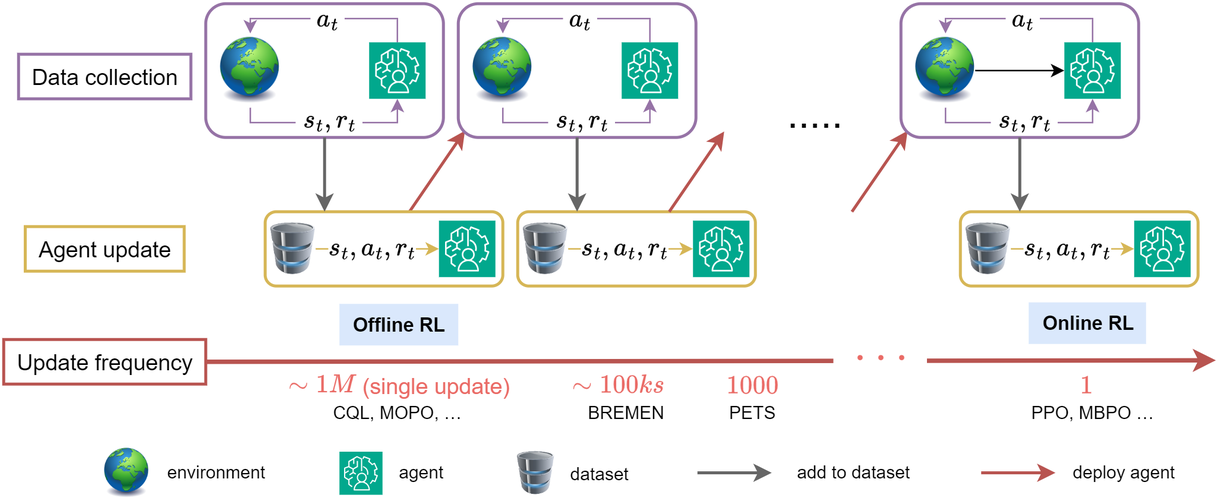
The draw.io diagram assets/img/2024-05-07-update-frequency-in-mbrl/bremen.png in iclr-blogposts/2024, before a commit. Source tidied: cells renumbered, new cells last; positions are measured from the earlier drawing's top-left corner, leaving out a move shared by most shapes.
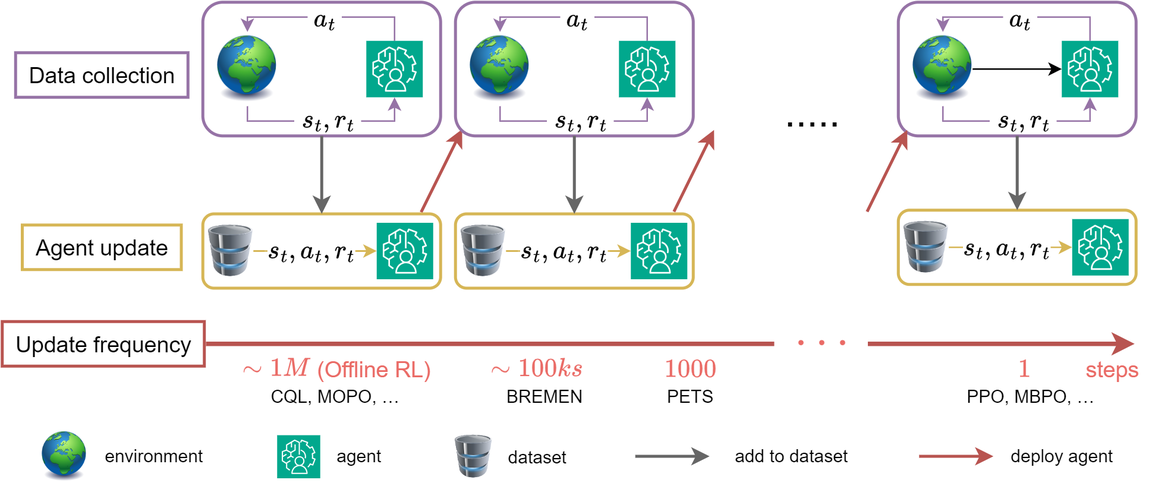
After the change.

Change to the diagram source:
```diff
@@ -36,20 +36,20 @@
         <mxPoint x="4" y="-1" as="offset" />
       </mxGeometry>
     </mxCell>
-    <mxCell id="9" style="rounded=0;jettySize=auto;html=1;entryX=0.028;entryY=0.95;entryDx=0;entryDy=0;entryPerimeter=0;strokeWidth=2;fillColor=#f8cecc;strokeColor=#b85450;" parent="1" edge="1" source="10" target="18">
+    <mxCell id="9" style="rounded=0;jettySize=auto;html=1;entryX=0.028;entryY=0.95;entryDx=0;entryDy=0;entryPerimeter=0;strokeWidth=2;fillColor=#f8cecc;strokeColor=#b85450;exitX=0.918;exitY=-0.023;exitDx=0;exitDy=0;exitPerimeter=0;" parent="1" edge="1" source="10" target="18">
       <mxGeometry relative="1" as="geometry" />
     </mxCell>
     <mxCell id="10" style="rounded=1;whiteSpace=wrap;html=1;fillColor=none;strokeColor=#d6b656;strokeWidth=2;" parent="1" vertex="1">
-      <mxGeometry x="176" y="140" width="160" height="50" as="geometry" />
+      <mxGeometry x="136" y="142.5" width="160" height="50" as="geometry" />
     </mxCell>
     <mxCell id="11" style="sketch=0;points=[[0,0,0],[0.25,0,0],[0.5,0,0],[0.75,0,0],[1,0,0],[0,1,0],[0.25,1,0],[0.5,1,0],[0.75,1,0],[1,1,0],[0,0.25,0],[0,0.5,0],[0,0.75,0],[1,0.25,0],[1,0.5,0],[1,0.75,0]];outlineConnect=0;fontColor=#232F3E;fillColor=#01A88D;strokeColor=#ffffff;dashed=0;verticalLabelPosition=bottom;verticalAlign=top;align=center;html=1;fontSize=12;fontStyle=0;shape=mxgraph.aws4.resourceIcon;resIcon=mxgraph.aws4.augmented_ai;" parent="1" vertex="1">
-      <mxGeometry x="293" y="146" width="38" height="38" as="geometry" />
+      <mxGeometry x="253" y="148.5" width="38" height="38" as="geometry" />
     </mxCell>
     <mxCell id="12" style="edgeStyle=orthogonalEdgeStyle;rounded=0;jettySize=auto;html=1;entryX=0;entryY=0.5;entryDx=0;entryDy=0;entryPerimeter=0;fillColor=#fff2cc;strokeColor=#d6b656;" parent="1" edge="1" source="14" target="11">
       <mxGeometry relative="1" as="geometry">
         <Array as="points">
-          <mxPoint x="266" y="165" />
-          <mxPoint x="266" y="165" />
+          <mxPoint x="226" y="167.5" />
+          <mxPoint x="226" y="167.5" />
         </Array>
       </mxGeometry>
     </mxCell>
@@ -59,9 +59,9 @@
       </mxGeometry>
     </mxCell>
     <mxCell id="14" style="image;html=1;image=img/lib/clip_art/computers/Database_128x128.png;" parent="1" vertex="1">
-      <mxGeometry x="180" y="142.5" width="30" height="45" as="geometry" />
+      <mxGeometry x="140" y="145" width="30" height="45" as="geometry" />
     </mxCell>
-    <mxCell id="15" style="endArrow=classic;html=1;rounded=0;entryX=0.25;entryY=0;entryDx=0;entryDy=0;exitX=0.5;exitY=1;exitDx=0;exitDy=0;strokeWidth=2;fillColor=#f5f5f5;strokeColor=#666666;" parent="1" edge="1" source="2" target="10">
+    <mxCell id="15" style="endArrow=classic;html=1;rounded=0;entryX=0.5;entryY=0;entryDx=0;entryDy=0;exitX=0.5;exitY=1;exitDx=0;exitDy=0;strokeWidth=2;fillColor=#f5f5f5;strokeColor=#666666;" parent="1" edge="1" source="2" target="10">
       <mxGeometry relative="1" as="geometry" />
     </mxCell>
     <mxCell id="16" value="&lt;font style=&quot;font-size: 15px;&quot;&gt;Data collection&lt;/font&gt;" style="text;html=1;align=center;verticalAlign=middle;strokeColor=#9673a6;fillColor=none;strokeWidth=2;" parent="1" vertex="1">
@@ -105,16 +105,16 @@
       </mxGeometry>
     </mxCell>
     <mxCell id="25" style="rounded=1;whiteSpace=wrap;html=1;fillColor=none;strokeColor=#d6b656;strokeWidth=2;" parent="1" vertex="1">
-      <mxGeometry x="346" y="140" width="160" height="50" as="geometry" />
+      <mxGeometry x="306" y="142.5" width="160" height="50" as="geometry" />
     </mxCell>
     <mxCell id="26" style="sketch=0;points=[[0,0,0],[0.25,0,0],[0.5,0,0],[0.75,0,0],[1,0,0],[0,1,0],[0.25,1,0],[0.5,1,0],[0.75,1,0],[1,1,0],[0,0.25,0],[0,0.5,0],[0,0.75,0],[1,0.25,0],[1,0.5,0],[1,0.75,0]];outlineConnect=0;fontColor=#232F3E;fillColor=#01A88D;strokeColor=#ffffff;dashed=0;verticalLabelPosition=bottom;verticalAlign=top;align=center;html=1;fontSize=12;fontStyle=0;shape=mxgraph.aws4.resourceIcon;resIcon=mxgraph.aws4.augmented_ai;" parent="1" vertex="1">
-      <mxGeometry x="464" y="146" width="38" height="38" as="geometry" />
+      <mxGeometry x="424" y="148.5" width="38" height="38" as="geometry" />
     </mxCell>
     <mxCell id="27" style="edgeStyle=orthogonalEdgeStyle;rounded=0;jettySize=auto;html=1;entryX=0;entryY=0.5;entryDx=0;entryDy=0;entryPerimeter=0;fillColor=#fff2cc;strokeColor=#d6b656;" parent="1" edge="1" source="29" target="26">
       <mxGeometry relative="1" as="geometry">
         <Array as="points">
-          <mxPoint x="432" y="165" />
-          <mxPoint x="432" y="165" />
+          <mxPoint x="392" y="167.5" />
+          <mxPoint x="392" y="167.5" />
         </Array>
       </mxGeometry>
     </mxCell>
@@ -124,19 +124,14 @@
       </mxGeometry>
     </mxCell>
     <mxCell id="29" style="image;html=1;image=img/lib/clip_art/computers/Database_128x128.png;" parent="1" vertex="1">
-      <mxGeometry x="350" y="142.5" width="30" height="45" as="geometry" />
+      <mxGeometry x="310" y="145" width="30" height="45" as="geometry" />
     </mxCell>
-    <mxCell id="30" style="endArrow=classic;html=1;rounded=0;entryX=0.25;entryY=0;entryDx=0;entryDy=0;exitX=0.5;exitY=1;exitDx=0;exitDy=0;strokeWidth=2;fillColor=#f5f5f5;strokeColor=#666666;" parent="1" edge="1" source="18" target="25">
+    <mxCell id="30" style="endArrow=classic;html=1;rounded=0;entryX=0.5;entryY=0;entryDx=0;entryDy=0;exitX=0.5;exitY=1;exitDx=0;exitDy=0;strokeWidth=2;fillColor=#f5f5f5;strokeColor=#666666;" parent="1" edge="1" source="18" target="25">
       <mxGeometry relative="1" as="geometry" />
     </mxCell>
     <mxCell id="31" value="&lt;font style=&quot;font-size: 27px;&quot;&gt;.....&lt;/font&gt;" style="text;html=1;align=center;verticalAlign=middle;strokeColor=none;fillColor=none;" parent="1" vertex="1">
       <mxGeometry x="516" y="50" width="60" height="50" as="geometry" />
     </mxCell>
-    <mxCell id="32" style="rounded=0;jettySize=auto;html=1;entryX=0.028;entryY=0.95;entryDx=0;entryDy=0;entryPerimeter=0;strokeWidth=2;fillColor=#f8cecc;strokeColor=#b85450;" parent="1" edge="1" target="33">
-      <mxGeometry relative="1" as="geometry">
-        <mxPoint x="571" y="140" as="sourcePoint" />
-      </mxGeometry>
-    </mxCell>
     <mxCell id="33" style="rounded=1;whiteSpace=wrap;html=1;fillColor=none;strokeColor=#9673a6;strokeWidth=2;" parent="1" vertex="1">
       <mxGeometry x="604" width="160" height="90" as="geometry" />
     </mxCell>
@@ -175,16 +170,16 @@
       </mxGeometry>
     </mxCell>
     <mxCell id="41" style="rounded=1;whiteSpace=wrap;html=1;fillColor=none;strokeColor=#d6b656;strokeWidth=2;" parent="1" vertex="1">
-      <mxGeometry x="644" y="140" width="160" height="50" as="geometry" />
+      <mxGeometry x="604" y="140" width="160" height="50" as="geometry" />
     </mxCell>
     <mxCell id="42" style="sketch=0;points=[[0,0,0],[0.25,0,0],[0.5,0,0],[0.75,0,0],[1,0,0],[0,1,0],[0.25,1,0],[0.5,1,0],[0.75,1,0],[1,1,0],[0,0.25,0],[0,0.5,0],[0,0.75,0],[1,0.25,0],[1,0.5,0],[1,0.75,0]];outlineConnect=0;fontColor=#232F3E;fillColor=#01A88D;strokeColor=#ffffff;dashed=0;verticalLabelPosition=bottom;verticalAlign=top;align=center;html=1;fontSize=12;fontStyle=0;shape=mxgraph.aws4.resourceIcon;resIcon=mxgraph.aws4.augmented_ai;" parent="1" vertex="1">
-      <mxGeometry x="761" y="146" width="38" height="38" as="geometry" />
+      <mxGeometry x="721" y="146" width="38" height="38" as="geometry" />
     </mxCell>
     <mxCell id="43" style="edgeStyle=orthogonalEdgeStyle;rounded=0;jettySize=auto;html=1;entryX=0;entryY=0.5;entryDx=0;entryDy=0;entryPerimeter=0;fillColor=#fff2cc;strokeColor=#d6b656;" parent="1" edge="1" source="45" target="42">
       <mxGeometry relative="1" as="geometry">
         <Array as="points">
-          <mxPoint x="734" y="165" />
-          <mxPoint x="734" y="165" />
+          <mxPoint x="694" y="165" />
+          <mxPoint x="694" y="165" />
         </Array>
       </mxGeometry>
     </mxCell>
@@ -194,21 +189,14 @@
       </mxGeometry>
     </mxCell>
     <mxCell id="45" style="image;html=1;image=img/lib/clip_art/computers/Database_128x128.png;" parent="1" vertex="1">
-      <mxGeometry x="648" y="142.5" width="30" height="45" as="geometry" />
+      <mxGeometry x="608" y="142.5" width="30" height="45" as="geometry" />
     </mxCell>
-    <mxCell id="46" style="endArrow=classic;html=1;rounded=0;entryX=0.25;entryY=0;entryDx=0;entryDy=0;exitX=0.5;exitY=1;exitDx=0;exitDy=0;strokeWidth=2;fillColor=#f5f5f5;strokeColor=#666666;" parent="1" edge="1" source="33" target="41">
+    <mxCell id="46" style="endArrow=classic;html=1;rounded=0;entryX=0.5;entryY=0;entryDx=0;entryDy=0;exitX=0.5;exitY=1;exitDx=0;exitDy=0;strokeWidth=2;fillColor=#f5f5f5;strokeColor=#666666;" parent="1" edge="1" source="33" target="41">
       <mxGeometry relative="1" as="geometry" />
     </mxCell>
-    <mxCell id="47" style="rounded=0;orthogonalLoop=1;jettySize=auto;html=1;entryX=0.028;entryY=0.95;entryDx=0;entryDy=0;entryPerimeter=0;strokeWidth=2;fillColor=#f8cecc;strokeColor=#b85450;" parent="1" edge="1">
-      <mxGeometry relative="1" as="geometry">
-        <mxPoint x="448" y="140" as="sourcePoint" />
-        <mxPoint x="485" y="86" as="targetPoint" />
-      </mxGeometry>
-    </mxCell>
-    <mxCell id="48" style="endArrow=classic;html=1;rounded=0;strokeWidth=3;fillColor=#f8cecc;strokeColor=#b85450;" parent="1" edge="1">
+    <mxCell id="48" style="endArrow=classic;html=1;rounded=0;strokeWidth=3;fillColor=#f8cecc;strokeColor=#b85450;exitX=1.008;exitY=0.5;exitDx=0;exitDy=0;exitPerimeter=0;" parent="1" edge="1" source="50">
       <mxGeometry relative="1" as="geometry">
-        <mxPoint x="136" y="241" as="sourcePoint" />
-        <mxPoint x="816" y="240" as="targetPoint" />
+        <mxPoint x="763" y="230" as="targetPoint" />
       </mxGeometry>
     </mxCell>
     <mxCell id="49" value="&lt;font color=&quot;#ea6b66&quot; style=&quot;font-size: 24px;&quot;&gt;&amp;nbsp; \( \cdot \cdot \cdot \)&amp;nbsp;&amp;nbsp;&lt;/font&gt;" style="edgeLabel;html=1;align=center;verticalAlign=middle;" parent="48" vertex="1">
@@ -217,73 +205,82 @@
       </mxGeometry>
     </mxCell>
     <mxCell id="50" value="&lt;font style=&quot;font-size: 15px;&quot;&gt;Update frequency&lt;/font&gt;" style="text;html=1;align=center;verticalAlign=middle;points=[];strokeColor=#b85450;fillColor=none;strokeWidth=2;" parent="1" vertex="1">
-      <mxGeometry y="226" width="136" height="30" as="geometry" />
+      <mxGeometry x="1" y="215" width="136" height="30" as="geometry" />
     </mxCell>
-    <mxCell id="51" value="&lt;b&gt;&lt;font style=&quot;font-size: 13px;&quot;&gt;Offline RL&lt;/font&gt;&lt;/b&gt;" style="text;html=1;align=center;verticalAlign=middle;strokeColor=none;fillColor=#dae8fc;" parent="1" vertex="1">
-      <mxGeometry x="226" y="202" width="80" height="28" as="geometry" />
-    </mxCell>
-    <mxCell id="52" value="&lt;b&gt;&lt;font style=&quot;font-size: 13px;&quot;&gt;Online RL&lt;/font&gt;&lt;/b&gt;" style="text;html=1;align=center;verticalAlign=middle;strokeColor=none;fillColor=#dae8fc;" parent="1" vertex="1">
-      <mxGeometry x="690" y="201" width="79" height="28" as="geometry" />
-    </mxCell>
     <mxCell id="53" value="CQL, MOPO, …" style="text;html=1;align=center;verticalAlign=middle;strokeColor=none;fillColor=none;" parent="1" vertex="1">
-      <mxGeometry x="210" y="261" width="110" height="30" as="geometry" />
+      <mxGeometry x="170" y="251" width="110" height="30" as="geometry" />
     </mxCell>
     <mxCell id="54" value="BREMEN" style="text;html=1;align=center;verticalAlign=middle;strokeColor=none;fillColor=none;" parent="1" vertex="1">
-      <mxGeometry x="384" y="261" width="70" height="30" as="geometry" />
+      <mxGeometry x="331" y="251" width="70" height="30" as="geometry" />
     </mxCell>
-    <mxCell id="55" value="PPO, MBPO …" style="text;html=1;align=center;verticalAlign=middle;strokeColor=none;fillColor=none;" parent="1" vertex="1">
-      <mxGeometry x="678" y="261" width="110" height="30" as="geometry" />
+    <mxCell id="55" value="PPO, MBPO, …" style="text;html=1;align=center;verticalAlign=middle;strokeColor=none;fillColor=none;" parent="1" vertex="1">
+      <mxGeometry x="641" y="253" width="104" height="26" as="geometry" />
     </mxCell>
-    <mxCell id="56" value="&lt;b style=&quot;border-color: var(--border-color); color: rgb(234, 107, 102); font-size: 15px;&quot;&gt;\(\sim 1M\) &lt;/b&gt;&lt;span style=&quot;border-color: var(--border-color); color: rgb(234, 107, 102); font-size: 15px;&quot;&gt;(single update)&lt;/span&gt;" style="text;html=1;align=center;verticalAlign=middle;strokeColor=none;fillColor=none;" parent="1" vertex="1">
-      <mxGeometry x="168" y="242" width="195" height="30" as="geometry" />
+    <mxCell id="56" value="&lt;b style=&quot;border-color: var(--border-color); color: rgb(234, 107, 102); font-size: 15px;&quot;&gt;\(\sim 1M\) &lt;/b&gt;&lt;span style=&quot;border-color: var(--border-color); color: rgb(234, 107, 102); font-size: 15px;&quot;&gt;(Offline RL)&lt;/span&gt;" style="text;html=1;align=center;verticalAlign=middle;strokeColor=none;fillColor=none;" parent="1" vertex="1">
+      <mxGeometry x="140" y="232" width="172" height="30" as="geometry" />
     </mxCell>
     <mxCell id="57" value="&lt;font style=&quot;font-size: 15px;&quot; color=&quot;#ea6b66&quot;&gt;&lt;b&gt;\(\sim 100ks\)&lt;/b&gt;&lt;/font&gt;" style="text;html=1;align=center;verticalAlign=middle;strokeColor=none;fillColor=none;" parent="1" vertex="1">
-      <mxGeometry x="354" y="242" width="120" height="30" as="geometry" />
+      <mxGeometry x="301" y="232" width="120" height="30" as="geometry" />
     </mxCell>
     <mxCell id="58" value="&lt;font style=&quot;font-size: 15px;&quot; color=&quot;#ea6b66&quot;&gt;&lt;b&gt;\(1\)&lt;/b&gt;&lt;/font&gt;" style="text;html=1;align=center;verticalAlign=middle;strokeColor=none;fillColor=none;" parent="1" vertex="1">
-      <mxGeometry x="704" y="242" width="50" height="30" as="geometry" />
+      <mxGeometry x="664" y="232" width="50" height="30" as="geometry" />
     </mxCell>
     <mxCell id="59" style="image;html=1;image=img/lib/clip_art/general/Earth_globe_128x128.png;" parent="1" vertex="1">
-      <mxGeometry x="68" y="296" width="30" height="40" as="geometry" />
+      <mxGeometry x="28" y="286" width="30" height="40" as="geometry" />
     </mxCell>
     <mxCell id="60" value="environment" style="text;html=1;align=center;verticalAlign=middle;strokeColor=none;fillColor=none;" parent="1" vertex="1">
-      <mxGeometry x="98" y="301" width="90" height="30" as="geometry" />
+      <mxGeometry x="58" y="291" width="90" height="30" as="geometry" />
     </mxCell>
     <mxCell id="61" value="agent" style="text;html=1;align=center;verticalAlign=middle;strokeColor=none;fillColor=none;" parent="1" vertex="1">
-      <mxGeometry x="256" y="300.5" width="50" height="30" as="geometry" />
+      <mxGeometry x="216" y="290.5" width="50" height="30" as="geometry" />
     </mxCell>
     <mxCell id="62" style="sketch=0;fontColor=#232F3E;fillColor=#01A88D;strokeColor=#ffffff;dashed=0;verticalLabelPosition=bottom;verticalAlign=top;align=center;html=1;fontSize=12;fontStyle=0;shape=mxgraph.aws4.resourceIcon;resIcon=mxgraph.aws4.augmented_ai;" parent="1" vertex="1">
-      <mxGeometry x="226" y="301.5" width="29" height="29" as="geometry" />
+      <mxGeometry x="186" y="291.5" width="29" height="29" as="geometry" />
     </mxCell>
     <mxCell id="63" style="image;html=1;image=img/lib/clip_art/computers/Database_128x128.png;" parent="1" vertex="1">
-      <mxGeometry x="346" y="297.2" width="25" height="37.5" as="geometry" />
+      <mxGeometry x="306" y="287.2" width="25" height="37.5" as="geometry" />
     </mxCell>
     <mxCell id="64" value="dataset" style="text;html=1;align=center;verticalAlign=middle;strokeColor=none;fillColor=none;" parent="1" vertex="1">
-      <mxGeometry x="371" y="301.5" width="60" height="30" as="geometry" />
+      <mxGeometry x="331" y="291.5" width="60" height="30" as="geometry" />
     </mxCell>
     <mxCell id="65" style="endArrow=classic;html=1;rounded=0;entryX=0.25;entryY=0;entryDx=0;entryDy=0;strokeWidth=2;fillColor=#f5f5f5;strokeColor=#666666;" parent="1" edge="1">
       <mxGeometry relative="1" as="geometry">
-        <mxPoint x="467" y="315.7" as="sourcePoint" />
-        <mxPoint x="517" y="315.7" as="targetPoint" />
+        <mxPoint x="427" y="305.7" as="sourcePoint" />
+        <mxPoint x="477" y="305.7" as="targetPoint" />
       </mxGeometry>
     </mxCell>
     <mxCell id="66" value="add to dataset" style="text;html=1;align=center;verticalAlign=middle;strokeColor=none;fillColor=none;" parent="1" vertex="1">
-      <mxGeometry x="522" y="300.5" width="100" height="30" as="geometry" />
+      <mxGeometry x="482" y="290.5" width="100" height="30" as="geometry" />
     </mxCell>
     <mxCell id="67" style="endArrow=classic;html=1;rounded=0;entryX=0.25;entryY=0;entryDx=0;entryDy=0;strokeWidth=2;fillColor=#f8cecc;strokeColor=#b85450;" parent="1" edge="1">
       <mxGeometry relative="1" as="geometry">
-        <mxPoint x="658" y="315.7" as="sourcePoint" />
-        <mxPoint x="708" y="315.7" as="targetPoint" />
+        <mxPoint x="618" y="305.7" as="sourcePoint" />
+        <mxPoint x="668" y="305.7" as="targetPoint" />
       </mxGeometry>
     </mxCell>
     <mxCell id="68" value="deploy agent" style="text;html=1;align=center;verticalAlign=middle;strokeColor=none;fillColor=none;" parent="1" vertex="1">
-      <mxGeometry x="709" y="300.5" width="90" height="30" as="geometry" />
+      <mxGeometry x="669" y="290.5" width="90" height="30" as="geometry" />
     </mxCell>
     <mxCell id="69" value="PETS" style="text;html=1;align=center;verticalAlign=middle;strokeColor=none;fillColor=none;" parent="1" vertex="1">
-      <mxGeometry x="479" y="261" width="50" height="30" as="geometry" />
+      <mxGeometry x="439" y="251" width="50" height="30" as="geometry" />
     </mxCell>
     <mxCell id="70" value="&lt;font style=&quot;font-size: 15px;&quot; color=&quot;#ea6b66&quot;&gt;&lt;b&gt;\(1000\)&lt;/b&gt;&lt;/font&gt;" style="text;html=1;align=center;verticalAlign=middle;strokeColor=none;fillColor=none;" parent="1" vertex="1">
-      <mxGeometry x="464" y="242" width="80" height="30" as="geometry" />
+      <mxGeometry x="424" y="232" width="80" height="30" as="geometry" />
     </mxCell>
+    <mxCell id="71" style="rounded=0;orthogonalLoop=1;jettySize=auto;html=1;entryX=0.028;entryY=0.95;entryDx=0;entryDy=0;entryPerimeter=0;strokeWidth=2;fillColor=#f8cecc;strokeColor=#b85450;exitX=0.918;exitY=-0.023;exitDx=0;exitDy=0;exitPerimeter=0;" parent="1" edge="1">
+      <mxGeometry relative="1" as="geometry">
+        <mxPoint x="453" y="141" as="sourcePoint" />
+        <mxPoint x="480" y="86" as="targetPoint" />
+      </mxGeometry>
+    </mxCell>
+    <mxCell id="72" style="rounded=0;orthogonalLoop=1;jettySize=auto;html=1;entryX=0.028;entryY=0.95;entryDx=0;entryDy=0;entryPerimeter=0;strokeWidth=2;fillColor=#f8cecc;strokeColor=#b85450;exitX=0.918;exitY=-0.023;exitDx=0;exitDy=0;exitPerimeter=0;" parent="1" edge="1">
+      <mxGeometry relative="1" as="geometry">
+        <mxPoint x="583" y="141" as="sourcePoint" />
+        <mxPoint x="610" y="86" as="targetPoint" />
+      </mxGeometry>
+    </mxCell>
+    <mxCell id="73" value="&lt;font style=&quot;font-size: 15px;&quot; color=&quot;#ea6b66&quot;&gt;steps&lt;/font&gt;" style="text;html=1;align=center;verticalAlign=middle;strokeColor=none;fillColor=none;" parent="1" vertex="1">
+      <mxGeometry x="721" y="232" width="54" height="30" as="geometry" />
+    </mxCell>
   </root>
 </mxGraphModel>
```
